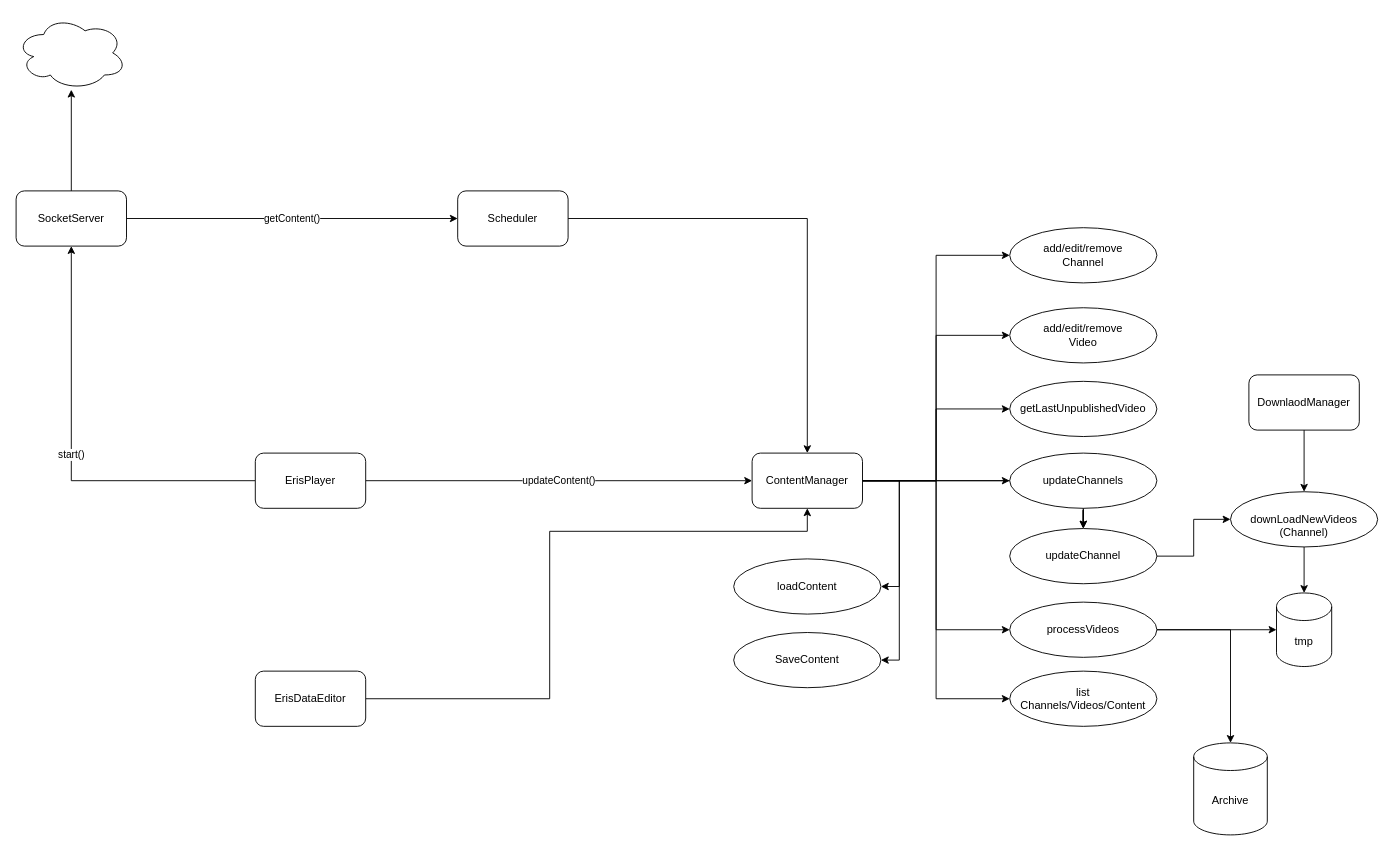
Before: page "Java" (3 of 4) of ErisPlayer_Documentation.drawio in Eris-Television/Eris-Player, a draw.io diagram. Source tidied: cells renumbered, new cells numbered last; positions are measured from the earlier drawing's top-left corner, leaving out a move shared by most shapes. Both pictures are drawn from the tidied source at 92%, with x=0, y=0 at pixel (16, 16).
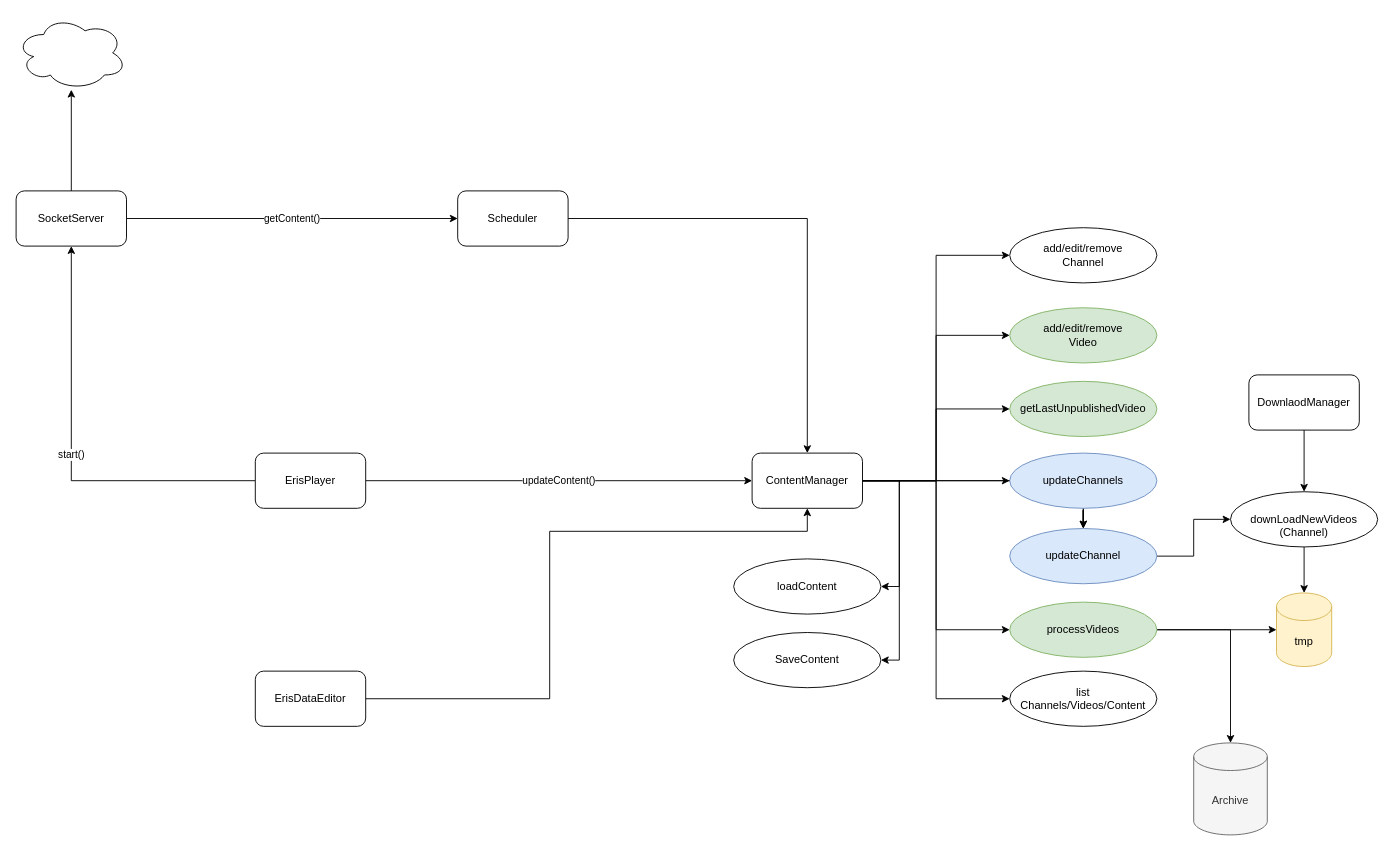
The same diagram, later.

Change to the diagram source:
```diff
@@
-    <mxCell id="19" value="add/edit/remove&lt;br&gt;Video" style="ellipse;whiteSpace=wrap;html=1;" parent="1" vertex="1">
+    <mxCell id="19" value="add/edit/remove&lt;br&gt;Video" style="ellipse;whiteSpace=wrap;html=1;fillColor=#d5e8d4;strokeColor=#82b366;" parent="1" vertex="1">
       <mxGeometry x="1080" y="317" width="160" height="60" as="geometry" />
     </mxCell>
-    <mxCell id="20" value="getLastUnpublishedVideo" style="ellipse;whiteSpace=wrap;html=1;" parent="1" vertex="1">
+    <mxCell id="20" value="getLastUnpublishedVideo" style="ellipse;whiteSpace=wrap;html=1;fillColor=#d5e8d4;strokeColor=#82b366;" parent="1" vertex="1">
       <mxGeometry x="1080" y="397" width="160" height="60" as="geometry" />
     </mxCell>
@@
-    <mxCell id="23" value="updateChannel" style="ellipse;whiteSpace=wrap;html=1;" parent="1" vertex="1">
+    <mxCell id="23" value="updateChannel" style="ellipse;whiteSpace=wrap;html=1;fillColor=#dae8fc;strokeColor=#6c8ebf;" parent="1" vertex="1">
       <mxGeometry x="1080" y="557" width="160" height="60" as="geometry" />
     </mxCell>
@@
-    <mxCell id="26" value="processVideos" style="ellipse;whiteSpace=wrap;html=1;" parent="1" vertex="1">
+    <mxCell id="26" value="processVideos" style="ellipse;whiteSpace=wrap;html=1;fillColor=#d5e8d4;strokeColor=#82b366;" parent="1" vertex="1">
       <mxGeometry x="1080" y="637" width="160" height="60" as="geometry" />
     </mxCell>
@@
-    <mxCell id="30" value="updateChannels" style="ellipse;whiteSpace=wrap;html=1;" parent="1" vertex="1">
+    <mxCell id="30" value="updateChannels" style="ellipse;whiteSpace=wrap;html=1;fillColor=#dae8fc;strokeColor=#6c8ebf;" parent="1" vertex="1">
       <mxGeometry x="1080" y="475" width="160" height="60" as="geometry" />
     </mxCell>
@@
-    <mxCell id="32" value="tmp" style="shape=cylinder3;whiteSpace=wrap;html=1;boundedLbl=1;backgroundOutline=1;size=15;" parent="1" vertex="1">
+    <mxCell id="32" value="tmp" style="shape=cylinder3;whiteSpace=wrap;html=1;boundedLbl=1;backgroundOutline=1;size=15;fillColor=#fff2cc;strokeColor=#d6b656;" parent="1" vertex="1">
       <mxGeometry x="1370" y="627" width="60" height="80" as="geometry" />
     </mxCell>
-    <mxCell id="33" value="Archive" style="shape=cylinder3;whiteSpace=wrap;html=1;boundedLbl=1;backgroundOutline=1;size=15;" parent="1" vertex="1">
+    <mxCell id="33" value="Archive" style="shape=cylinder3;whiteSpace=wrap;html=1;boundedLbl=1;backgroundOutline=1;size=15;fillColor=#f5f5f5;fontColor=#333333;strokeColor=#666666;" parent="1" vertex="1">
       <mxGeometry x="1280" y="790" width="80" height="100" as="geometry" />
     </mxCell>
```
